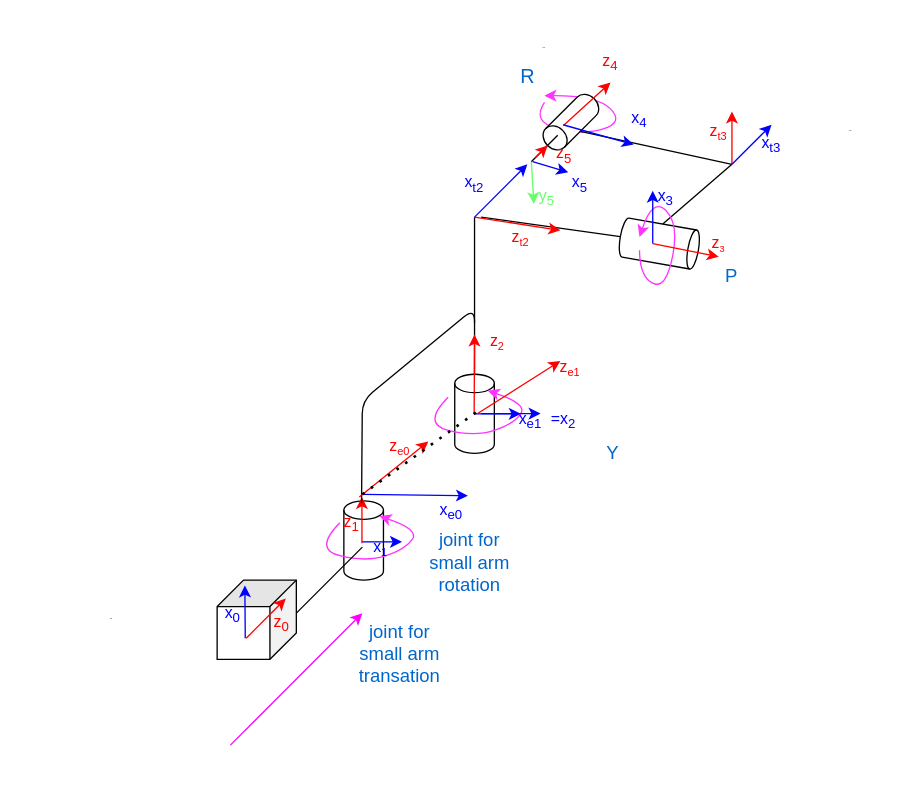
This is modeling/vscode_draw/handel_DH_ver3.drawio from Ouch-Lee/diploma_project, a draw.io file, before an edit. Source tidied: cells renumbered, new cells numbered last; positions are measured from the earlier drawing's top-left corner, leaving out a move shared by most shapes. Both pictures are drawn from the tidied source at 132%, with x=0, y=0 at pixel (71, 22).
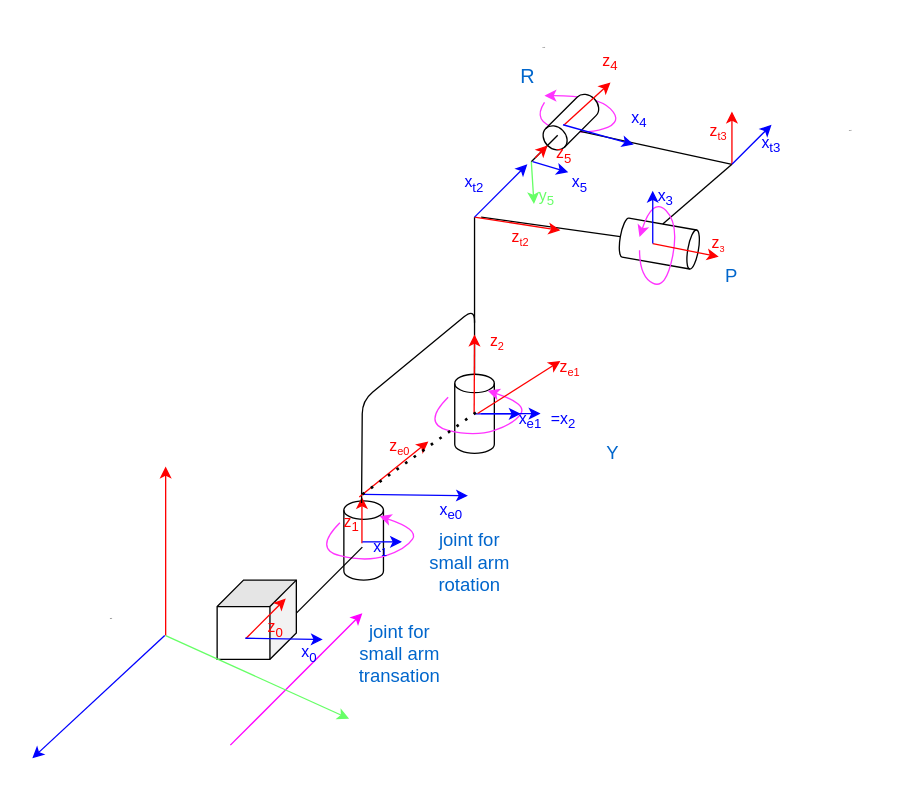
After the change.

The edit, as a diff of the source:
```diff
@@
     <mxCell id="20" style="endArrow=classic;html=1;strokeColor=#0000FF;" parent="1" edge="1">
       <mxGeometry relative="1" as="geometry">
         <mxPoint x="131.3" y="466" as="sourcePoint" />
-        <mxPoint x="131" y="426" as="targetPoint" />
+        <mxPoint x="190" y="467" as="targetPoint" />
       </mxGeometry>
     </mxCell>
@@
     <mxCell id="26" value="z&lt;sub&gt;0&lt;/sub&gt;" style="text;html=1;strokeColor=none;fillColor=none;align=center;verticalAlign=middle;whiteSpace=wrap;rounded=0;fontColor=#FF0000;" parent="1" vertex="1">
-      <mxGeometry x="129" y="440" width="60" height="30" as="geometry" />
+      <mxGeometry x="129" y="447" width="51" height="23" as="geometry" />
     </mxCell>
@@
     <mxCell id="31" value="x&lt;sub&gt;0&lt;/sub&gt;" style="text;html=1;strokeColor=none;fillColor=none;align=center;verticalAlign=middle;whiteSpace=wrap;rounded=0;fontColor=#0000FF;" parent="1" vertex="1">
-      <mxGeometry x="92" y="433" width="60" height="30" as="geometry" />
+      <mxGeometry x="154" y="470" width="52" height="16" as="geometry" />
     </mxCell>
@@
+    <mxCell id="70" style="endArrow=classic;html=1;strokeColor=#0000FF;" parent="1" edge="1">
+      <mxGeometry relative="1" as="geometry">
+        <mxPoint x="70.3" y="464" as="sourcePoint" />
+        <mxPoint x="-30" y="557" as="targetPoint" />
+      </mxGeometry>
+    </mxCell>
+    <mxCell id="71" style="endArrow=classic;html=1;strokeColor=#FF0000;" parent="1" edge="1">
+      <mxGeometry relative="1" as="geometry">
+        <mxPoint x="71" y="464" as="sourcePoint" />
+        <mxPoint x="71" y="336" as="targetPoint" />
+      </mxGeometry>
+    </mxCell>
+    <mxCell id="72" style="endArrow=classic;html=1;strokeColor=#66FF66;" parent="1" edge="1">
+      <mxGeometry relative="1" as="geometry">
+        <mxPoint x="71" y="464" as="sourcePoint" />
+        <mxPoint x="210" y="527" as="targetPoint" />
+      </mxGeometry>
+    </mxCell>
```
